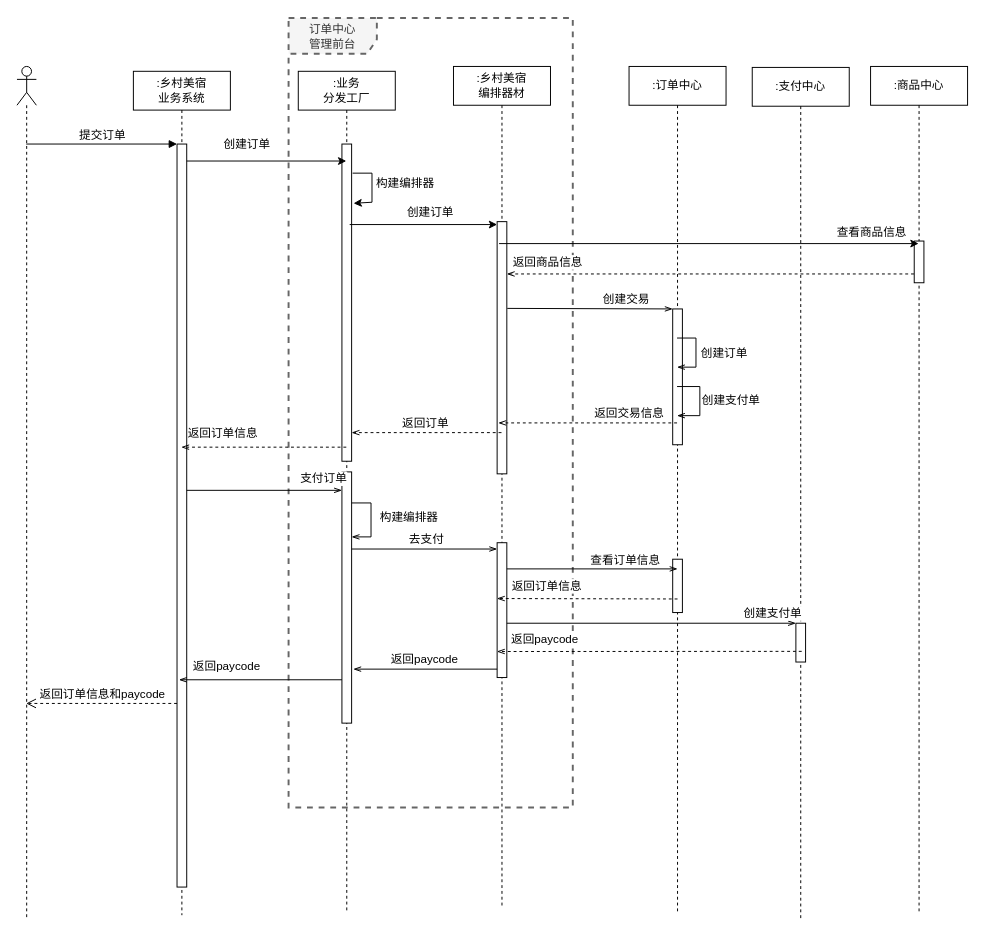
This is page "乡村美宿-提交订单" (1 of 3) of 订单.drawio from NonePro/UML, a draw.io file, before an edit. Source tidied: cells renumbered, new cells numbered last; positions are measured from the earlier drawing's top-left corner, leaving out a move shared by most shapes. Both pictures are drawn from the tidied source at 97%, with x=0, y=0 at pixel (16, 17).
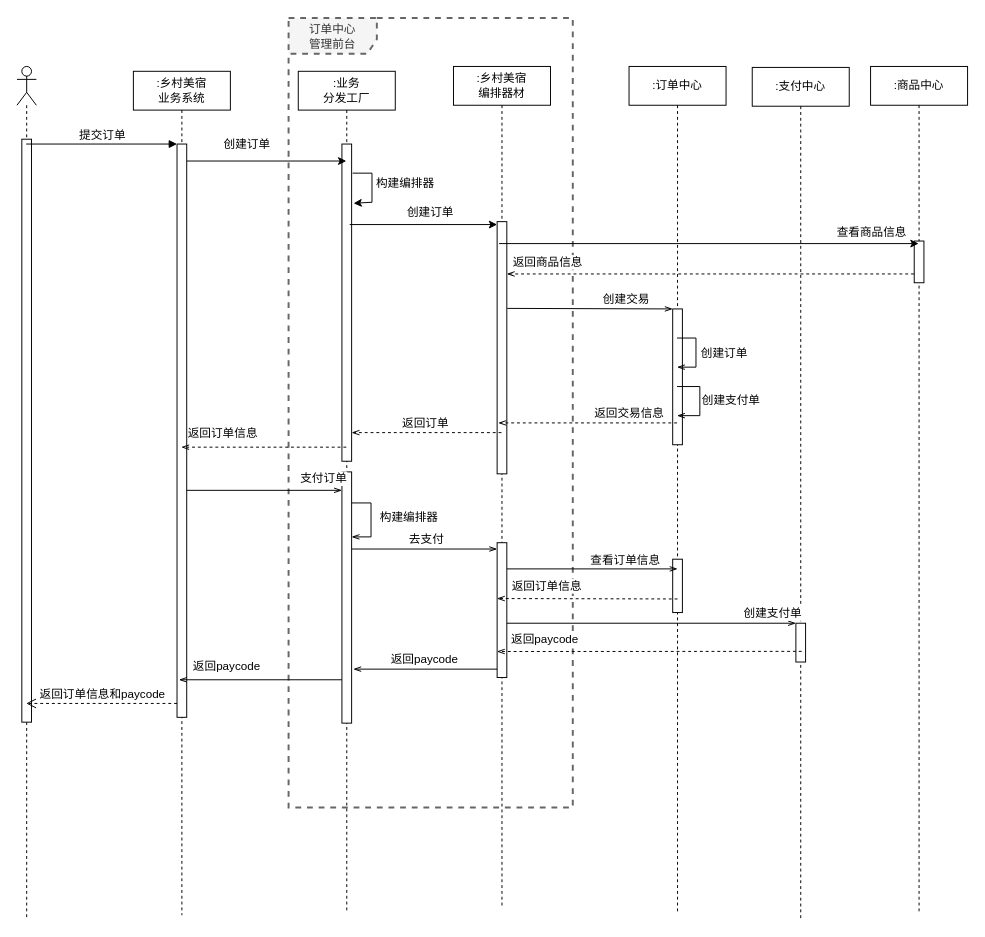
The same diagram, later.

Unchanged cells that the change refers to:
```xml
<mxCell id="3" style="shape=umlLifeline;participant=umlActor;perimeter=lifelinePerimeter;whiteSpace=wrap;html=1;verticalAlign=top;spacingTop=36;outlineConnect=0;labelBackgroundColor=none;fontSize=12;size=40;" parent="1" vertex="1">
  <mxGeometry y="50" width="20" height="880" as="geometry" />
</mxCell>
<mxCell id="4" value=":乡村美宿&lt;br&gt;业务系统" style="shape=umlLifeline;perimeter=lifelinePerimeter;whiteSpace=wrap;html=1;labelBackgroundColor=none;fontSize=12;" parent="1" vertex="1">
  <mxGeometry x="120" y="55" width="100" height="870" as="geometry" />
</mxCell>
```

What changed in the source:
```diff
@@
+    <mxCell id="58" style="html=1;perimeter=orthogonalPerimeter;" parent="3" vertex="1">
+      <mxGeometry x="5" y="75" width="10" height="601" as="geometry" />
+    </mxCell>
@@
     <mxCell id="5" style="html=1;points=[];perimeter=orthogonalPerimeter;labelBackgroundColor=none;fontSize=12;" parent="4" vertex="1">
-      <mxGeometry x="45" y="75" width="10" height="766" as="geometry" />
+      <mxGeometry x="45" y="75" width="10" height="591" as="geometry" />
     </mxCell>
```
